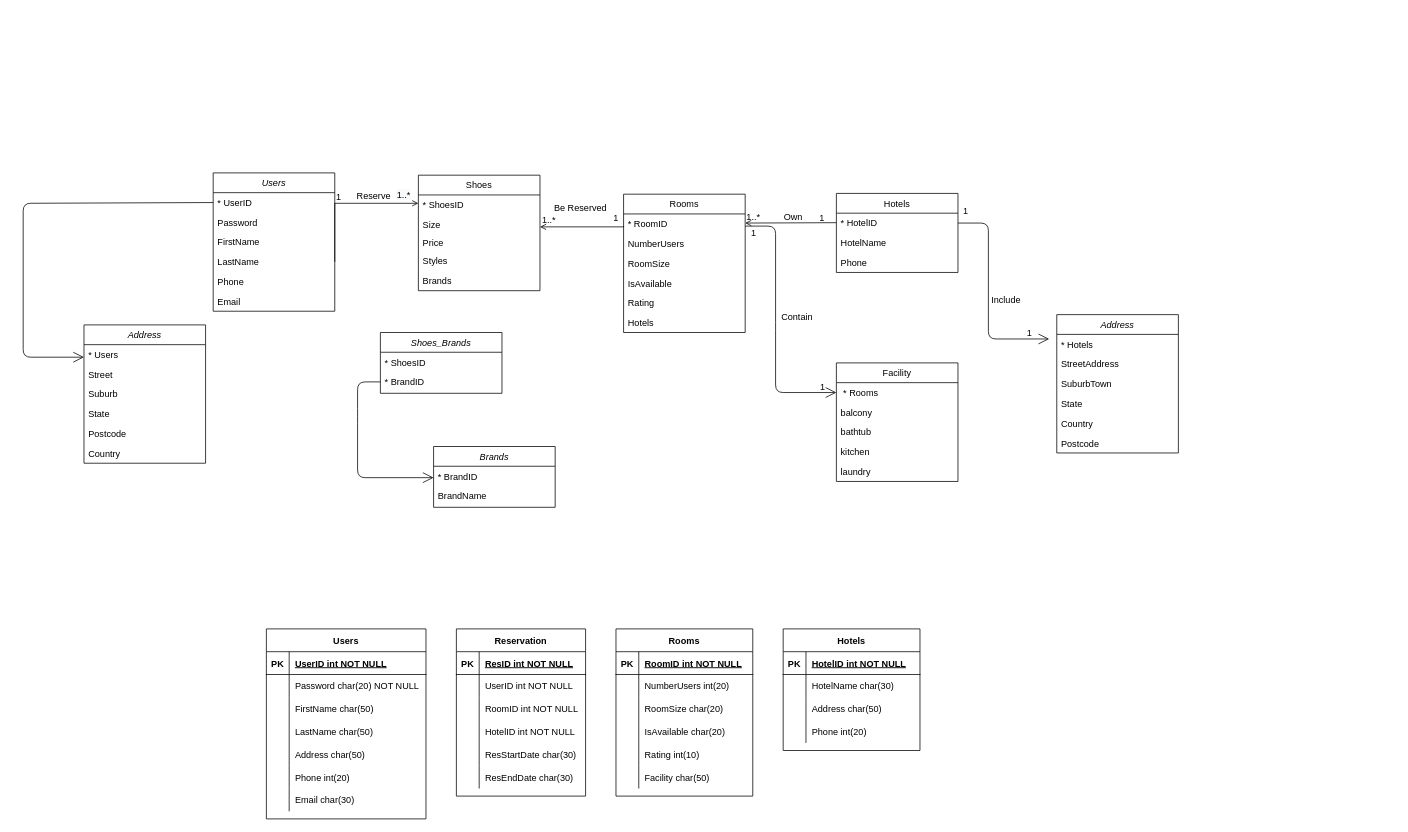
This is Web_final_exam.drawio from Ziqi222/name.c, a draw.io file, before an edit. Source tidied: cells renumbered, new cells numbered last; positions are measured from the earlier drawing's top-left corner, leaving out a move shared by most shapes. Both pictures are drawn from the tidied source at 76%, with x=0, y=0 at pixel (23, 142).
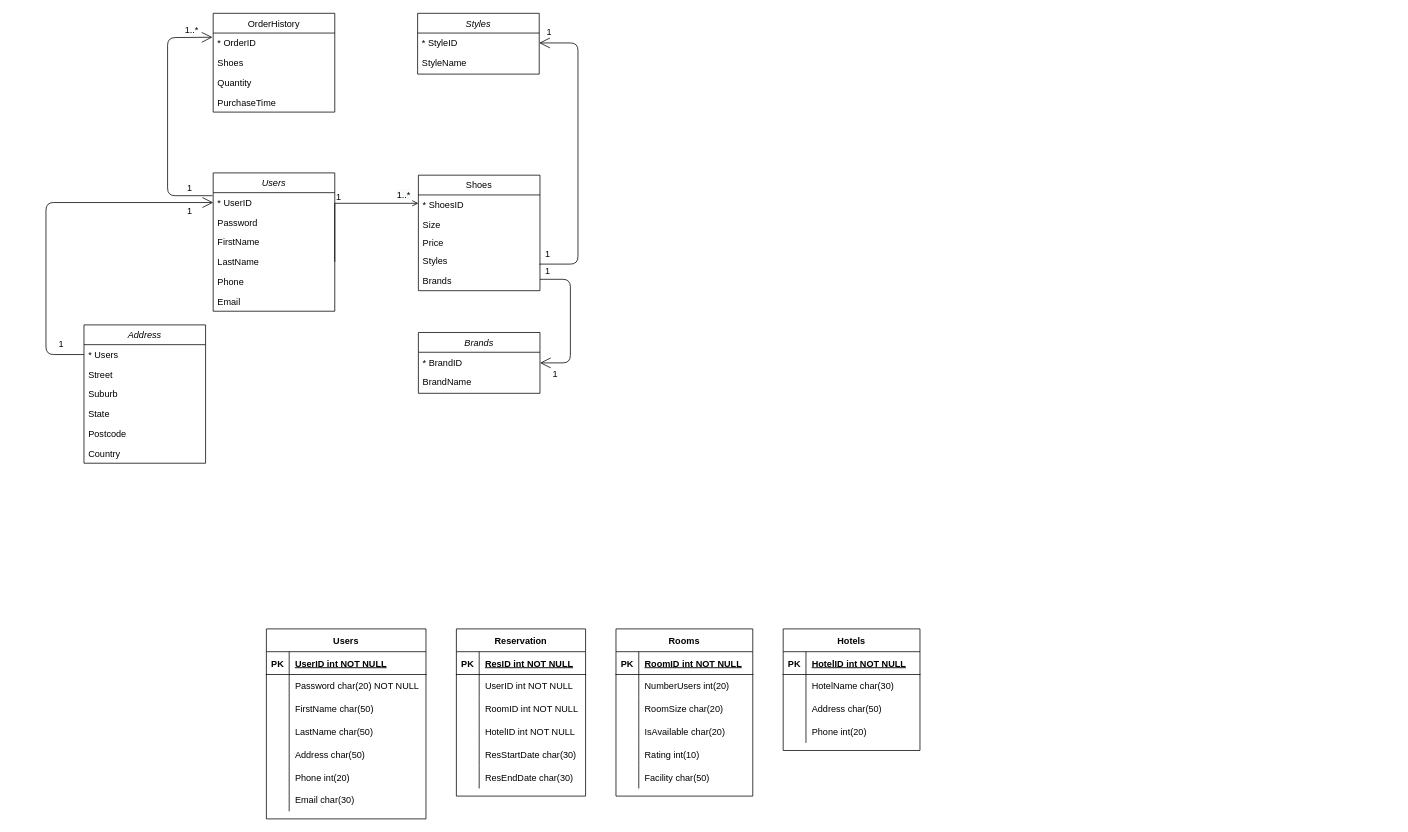
Above is the later version.

Unchanged cells that the change refers to:
```xml
<mxCell id="3" value="* UserID" style="text;align=left;verticalAlign=top;spacingLeft=4;spacingRight=4;overflow=hidden;points=[[0,0.5],[1,0.5]];portConstraint=eastwest;" parent="2" vertex="1">
  <mxGeometry y="26" width="160" height="26" as="geometry" />
</mxCell>
<mxCell id="31" style="endArrow=open;shadow=0;strokeWidth=1;rounded=0;endFill=1;edgeStyle=elbowEdgeStyle;elbow=vertical;exitX=1;exitY=0.5;exitDx=0;exitDy=0;" parent="1" edge="1" source="6">
  <mxGeometry x="0.5" y="41" relative="1" as="geometry">
    <mxPoint x="520" y="80" as="targetPoint" />
    <Array as="points">
      <mxPoint x="470" y="80" />
      <mxPoint x="470" y="90" />
      <mxPoint x="430" y="130" />
    </Array>
    <mxPoint x="-40" y="32" as="offset" />
  </mxGeometry>
</mxCell>
<mxCell id="122" value="* Users" style="text;align=left;verticalAlign=top;spacingLeft=4;spacingRight=4;overflow=hidden;points=[[0,0.5],[1,0.5]];portConstraint=eastwest;" parent="121" vertex="1">
  <mxGeometry y="26" width="160" height="26" as="geometry" />
</mxCell>
```

The edit, as a diff of the source:
```diff
@@
-    <mxCell id="10" value="Rooms" style="swimlane;fontStyle=0;align=center;verticalAlign=top;horizontal=1;startSize=26;rounded=0;shadow=0;strokeWidth=1;" parent="1" vertex="1">
-      <mxGeometry x="790" y="68" width="160" height="182" as="geometry" />
-    </mxCell>
-    <mxCell id="11" value="* RoomID" style="text;align=left;verticalAlign=top;spacingLeft=4;spacingRight=4;overflow=hidden;" parent="10" vertex="1">
-      <mxGeometry y="26" width="160" height="26" as="geometry" />
-    </mxCell>
-    <mxCell id="12" value="NumberUsers" style="text;align=left;verticalAlign=top;spacingLeft=4;spacingRight=4;overflow=hidden;rounded=0;shadow=0;html=0;" parent="10" vertex="1">
-      <mxGeometry y="52" width="160" height="26" as="geometry" />
-    </mxCell>
-    <mxCell id="13" value="RoomSize" style="text;align=left;verticalAlign=top;spacingLeft=4;spacingRight=4;overflow=hidden;rounded=0;shadow=0;html=0;" parent="10" vertex="1">
-      <mxGeometry y="78" width="160" height="26" as="geometry" />
-    </mxCell>
-    <mxCell id="14" value="IsAvailable" style="text;align=left;verticalAlign=top;spacingLeft=4;spacingRight=4;overflow=hidden;rounded=0;shadow=0;html=0;" parent="10" vertex="1">
-      <mxGeometry y="104" width="160" height="26" as="geometry" />
-    </mxCell>
-    <mxCell id="15" value="Rating" style="text;align=left;verticalAlign=top;spacingLeft=4;spacingRight=4;overflow=hidden;rounded=0;shadow=0;html=0;" parent="10" vertex="1">
-      <mxGeometry y="130" width="160" height="26" as="geometry" />
-    </mxCell>
-    <mxCell id="16" value="Hotels" style="text;align=left;verticalAlign=top;spacingLeft=4;spacingRight=4;overflow=hidden;" parent="10" vertex="1">
-      <mxGeometry y="156" width="160" height="26" as="geometry" />
-    </mxCell>
-    <mxCell id="17" value="Hotels" style="swimlane;fontStyle=0;align=center;verticalAlign=top;horizontal=1;startSize=26;rounded=0;shadow=0;strokeWidth=1;" parent="1" vertex="1">
-      <mxGeometry x="1070" y="67" width="160" height="104" as="geometry" />
-    </mxCell>
-    <mxCell id="18" value="* HotelID" style="text;align=left;verticalAlign=top;spacingLeft=4;spacingRight=4;overflow=hidden;points=[[0,0.5],[1,0.5]];portConstraint=eastwest;" parent="17" vertex="1">
-      <mxGeometry y="26" width="160" height="26" as="geometry" />
-    </mxCell>
-    <mxCell id="19" value="HotelName" style="text;align=left;verticalAlign=top;spacingLeft=4;spacingRight=4;overflow=hidden;rounded=0;shadow=0;html=0;" parent="17" vertex="1">
-      <mxGeometry y="52" width="160" height="26" as="geometry" />
-    </mxCell>
-    <mxCell id="20" value="Phone" style="text;align=left;verticalAlign=top;spacingLeft=4;spacingRight=4;overflow=hidden;rounded=0;shadow=0;html=0;" parent="17" vertex="1">
-      <mxGeometry y="78" width="160" height="26" as="geometry" />
-    </mxCell>
-    <mxCell id="21" style="endArrow=open;shadow=0;strokeWidth=1;rounded=0;endFill=1;edgeStyle=elbowEdgeStyle;elbow=vertical;" parent="1" edge="1">
-      <mxGeometry x="0.5" y="41" relative="1" as="geometry">
-        <mxPoint x="1070" y="105.5" as="sourcePoint" />
-        <mxPoint x="950" y="106.5" as="targetPoint" />
-        <mxPoint x="-40" y="32" as="offset" />
-      </mxGeometry>
-    </mxCell>
-    <mxCell id="22" value="1..*" style="align=left;verticalAlign=bottom;labelBackgroundColor=none;fontSize=12;" parent="1" vertex="1">
-      <mxGeometry x="950" y="106" as="geometry" />
-    </mxCell>
-    <mxCell id="23" value="1" style="align=left;verticalAlign=bottom;labelBackgroundColor=none;fontSize=12;" parent="1" vertex="1">
-      <mxGeometry x="1050" y="130" as="geometry">
-        <mxPoint x="-4" y="-22" as="offset" />
-      </mxGeometry>
-    </mxCell>
-    <mxCell id="24" value="Own" style="text;html=1;align=center;verticalAlign=middle;labelBackgroundColor=none;rounded=0;shadow=0;strokeWidth=1;fontSize=12;" parent="1" vertex="1">
-      <mxGeometry x="1000" y="100" as="geometry">
-        <mxPoint x="12" y="-3" as="offset" />
-      </mxGeometry>
-    </mxCell>
@@
-    <mxCell id="33" value="Reserve" style="text;html=1;align=center;verticalAlign=middle;labelBackgroundColor=none;rounded=0;shadow=0;strokeWidth=1;fontSize=12;" parent="31" vertex="1">
-      <mxGeometry x="0.5" y="49" relative="1" as="geometry">
-        <mxPoint x="-13" y="39" as="offset" />
-      </mxGeometry>
-    </mxCell>
-    <mxCell id="34" style="endArrow=open;shadow=0;strokeWidth=1;rounded=0;endFill=1;edgeStyle=elbowEdgeStyle;elbow=vertical;" parent="1" edge="1">
-      <mxGeometry x="0.5" y="41" relative="1" as="geometry">
-        <mxPoint x="790" y="110" as="sourcePoint" />
-        <mxPoint x="680" y="111" as="targetPoint" />
-        <mxPoint x="-40" y="32" as="offset" />
-      </mxGeometry>
-    </mxCell>
-    <mxCell id="35" value="1" style="align=left;verticalAlign=bottom;labelBackgroundColor=none;fontSize=12;" parent="1" vertex="1">
-      <mxGeometry x="430" y="160" as="geometry">
-        <mxPoint x="345" y="-52" as="offset" />
-      </mxGeometry>
-    </mxCell>
-    <mxCell id="36" value="1..*" style="align=left;verticalAlign=bottom;labelBackgroundColor=none;fontSize=12;" parent="1" vertex="1">
-      <mxGeometry x="690" y="240" width="160" as="geometry">
-        <mxPoint x="-9" y="-129" as="offset" />
-      </mxGeometry>
-    </mxCell>
-    <mxCell id="37" value="Be Reserved" style="text;html=1;align=center;verticalAlign=middle;labelBackgroundColor=none;rounded=0;shadow=0;strokeWidth=1;fontSize=12;" parent="1" vertex="1">
-      <mxGeometry x="750" as="geometry">
-        <mxPoint x="-18" y="86" as="offset" />
-      </mxGeometry>
-    </mxCell>
@@
-    <mxCell id="111" value="Facility" style="swimlane;fontStyle=0;align=center;verticalAlign=top;horizontal=1;startSize=26;rounded=0;shadow=0;strokeWidth=1;" parent="1" vertex="1">
-      <mxGeometry x="1070" y="290" width="160" height="156" as="geometry" />
-    </mxCell>
-    <mxCell id="112" value=" * Rooms" style="text;align=left;verticalAlign=top;spacingLeft=4;spacingRight=4;overflow=hidden;points=[[0,0.5],[1,0.5]];portConstraint=eastwest;" parent="111" vertex="1">
-      <mxGeometry y="26" width="160" height="26" as="geometry" />
-    </mxCell>
-    <mxCell id="113" value="balcony" style="text;align=left;verticalAlign=top;spacingLeft=4;spacingRight=4;overflow=hidden;rounded=0;shadow=0;html=0;" parent="111" vertex="1">
-      <mxGeometry y="52" width="160" height="26" as="geometry" />
-    </mxCell>
-    <mxCell id="114" value="bathtub" style="text;align=left;verticalAlign=top;spacingLeft=4;spacingRight=4;overflow=hidden;rounded=0;shadow=0;html=0;" parent="111" vertex="1">
-      <mxGeometry y="78" width="160" height="26" as="geometry" />
-    </mxCell>
-    <mxCell id="115" value="kitchen" style="text;align=left;verticalAlign=top;spacingLeft=4;spacingRight=4;overflow=hidden;rounded=0;shadow=0;html=0;" parent="111" vertex="1">
-      <mxGeometry y="104" width="160" height="26" as="geometry" />
-    </mxCell>
-    <mxCell id="116" value="laundry" style="text;align=left;verticalAlign=top;spacingLeft=4;spacingRight=4;overflow=hidden;rounded=0;shadow=0;html=0;" parent="111" vertex="1">
-      <mxGeometry y="130" width="160" height="26" as="geometry" />
-    </mxCell>
-    <mxCell id="117" style="endArrow=open;endFill=1;endSize=12;html=1;entryX=0;entryY=0.5;entryDx=0;entryDy=0;" parent="1" edge="1" target="112">
-      <mxGeometry relative="1" as="geometry">
-        <mxPoint x="950" y="110" as="sourcePoint" />
-        <Array as="points">
-          <mxPoint x="990" y="110" />
-          <mxPoint x="990" y="237" />
-          <mxPoint x="990" y="329" />
-        </Array>
-      </mxGeometry>
-    </mxCell>
-    <mxCell id="118" value="Contain" style="text;html=1;align=center;verticalAlign=middle;labelBackgroundColor=none;rounded=0;shadow=0;strokeWidth=1;fontSize=12;" parent="1" vertex="1">
-      <mxGeometry x="1020" y="70" as="geometry">
-        <mxPoint x="-3" y="159" as="offset" />
-      </mxGeometry>
-    </mxCell>
-    <mxCell id="119" value="1" style="align=left;verticalAlign=bottom;labelBackgroundColor=none;fontSize=12;" parent="1" vertex="1">
-      <mxGeometry x="960" y="150" as="geometry">
-        <mxPoint x="-4" y="-22" as="offset" />
-      </mxGeometry>
-    </mxCell>
-    <mxCell id="120" value="1" style="align=left;verticalAlign=bottom;labelBackgroundColor=none;fontSize=12;" parent="1" vertex="1">
-      <mxGeometry x="1070" y="150" as="geometry">
-        <mxPoint x="-23" y="180" as="offset" />
-      </mxGeometry>
-    </mxCell>
@@
-    <mxCell id="128" style="endArrow=open;endFill=1;endSize=12;html=1;exitX=1;exitY=0.5;exitDx=0;exitDy=0;entryX=0;entryY=0.5;entryDx=0;entryDy=0;" parent="1" edge="1" source="18">
-      <mxGeometry relative="1" as="geometry">
-        <mxPoint x="1350" y="258.5" as="targetPoint" />
-        <Array as="points">
-          <mxPoint x="1270" y="106" />
-          <mxPoint x="1270" y="258.5" />
-        </Array>
-      </mxGeometry>
-    </mxCell>
-    <mxCell id="129" value="Include" style="text;html=1;align=center;verticalAlign=middle;labelBackgroundColor=none;rounded=0;shadow=0;strokeWidth=1;fontSize=12;" parent="1" vertex="1">
-      <mxGeometry x="1310" y="121.5" as="geometry">
-        <mxPoint x="-18" y="86" as="offset" />
-      </mxGeometry>
-    </mxCell>
-    <mxCell id="130" value="1" style="align=left;verticalAlign=bottom;labelBackgroundColor=none;fontSize=12;" parent="1" vertex="1">
-      <mxGeometry x="1720" y="80" as="geometry">
-        <mxPoint x="-485" y="19" as="offset" />
-      </mxGeometry>
-    </mxCell>
-    <mxCell id="131" value="1" style="align=left;verticalAlign=bottom;labelBackgroundColor=none;fontSize=12;" parent="1" vertex="1">
-      <mxGeometry x="1804" y="240" as="geometry">
-        <mxPoint x="-485" y="19" as="offset" />
-      </mxGeometry>
-    </mxCell>
@@
-    <mxCell id="133" value="Address" style="swimlane;fontStyle=2;align=center;verticalAlign=top;horizontal=1;startSize=26;rounded=0;shadow=0;strokeWidth=1;" parent="1" vertex="1">
-      <mxGeometry x="1360" y="226.5" width="160" height="182" as="geometry" />
-    </mxCell>
-    <mxCell id="134" value="* Hotels" style="text;align=left;verticalAlign=top;spacingLeft=4;spacingRight=4;overflow=hidden;" parent="133" vertex="1">
-      <mxGeometry y="26" width="160" height="26" as="geometry" />
-    </mxCell>
-    <mxCell id="135" value="StreetAddress" style="text;align=left;verticalAlign=top;spacingLeft=4;spacingRight=4;overflow=hidden;rounded=0;shadow=0;html=0;" parent="133" vertex="1">
-      <mxGeometry y="52" width="160" height="26" as="geometry" />
-    </mxCell>
-    <mxCell id="136" value="SuburbTown" style="text;align=left;verticalAlign=top;spacingLeft=4;spacingRight=4;overflow=hidden;rounded=0;shadow=0;html=0;" parent="133" vertex="1">
-      <mxGeometry y="78" width="160" height="26" as="geometry" />
-    </mxCell>
-    <mxCell id="137" value="State" style="text;align=left;verticalAlign=top;spacingLeft=4;spacingRight=4;overflow=hidden;rounded=0;shadow=0;html=0;" parent="133" vertex="1">
-      <mxGeometry y="104" width="160" height="26" as="geometry" />
-    </mxCell>
-    <mxCell id="138" value="Country" style="text;align=left;verticalAlign=top;spacingLeft=4;spacingRight=4;overflow=hidden;rounded=0;shadow=0;html=0;" parent="133" vertex="1">
-      <mxGeometry y="130" width="160" height="26" as="geometry" />
-    </mxCell>
-    <mxCell id="139" value="Postcode" style="text;align=left;verticalAlign=top;spacingLeft=4;spacingRight=4;overflow=hidden;rounded=0;shadow=0;html=0;" parent="133" vertex="1">
-      <mxGeometry y="156" width="160" height="26" as="geometry" />
-    </mxCell>
-    <mxCell id="140" style="endArrow=open;endFill=1;endSize=12;html=1;exitX=0;exitY=0.5;exitDx=0;exitDy=0;entryX=0;entryY=0.5;entryDx=0;entryDy=0;" parent="1" edge="1" source="3">
+    <mxCell id="140" style="endArrow=open;endFill=1;endSize=12;html=1;entryX=0;entryY=0.5;entryDx=0;entryDy=0;exitX=0;exitY=0.5;exitDx=0;exitDy=0;" parent="1" edge="1" source="122" target="3">
       <mxGeometry relative="1" as="geometry">
-        <mxPoint x="80" y="282.5" as="targetPoint" />
         <Array as="points">
-          <mxPoint y="80" />
-          <mxPoint y="282.5" />
+          <mxPoint x="30" y="279" />
+          <mxPoint x="30" y="79" />
         </Array>
       </mxGeometry>
     </mxCell>
-    <mxCell id="141" value="Shoes_Brands" style="swimlane;fontStyle=2;align=center;verticalAlign=top;horizontal=1;startSize=26;rounded=0;shadow=0;strokeWidth=1;" parent="1" vertex="1">
-      <mxGeometry x="470" y="250" width="160" height="80" as="geometry" />
-    </mxCell>
-    <mxCell id="142" value="* ShoesID" style="text;align=left;verticalAlign=top;spacingLeft=4;spacingRight=4;overflow=hidden;" parent="141" vertex="1">
-      <mxGeometry y="26" width="160" height="26" as="geometry" />
-    </mxCell>
-    <mxCell id="143" value="* BrandID" style="text;align=left;verticalAlign=top;spacingLeft=4;spacingRight=4;overflow=hidden;points=[[0,0.5],[1,0.5]];portConstraint=eastwest;rounded=0;shadow=0;html=0;" parent="141" vertex="1">
-      <mxGeometry y="52" width="160" height="26" as="geometry" />
-    </mxCell>
-    <mxCell id="144" style="align=left;verticalAlign=bottom;labelBackgroundColor=none;fontSize=12;" parent="141" vertex="1">
-      <mxGeometry y="78" width="160" as="geometry">
-        <mxPoint x="-557" y="-108" as="offset" />
-      </mxGeometry>
-    </mxCell>
     <mxCell id="145" value="Brands" style="swimlane;fontStyle=2;align=center;verticalAlign=top;horizontal=1;startSize=26;rounded=0;shadow=0;strokeWidth=1;" parent="1" vertex="1">
-      <mxGeometry x="540" y="400" width="160" height="80" as="geometry" />
+      <mxGeometry x="520" y="250" width="160" height="80" as="geometry" />
     </mxCell>
@@
-    <mxCell id="149" style="endArrow=open;endFill=1;endSize=12;html=1;entryX=0;entryY=0.5;entryDx=0;entryDy=0;exitX=0;exitY=0.5;exitDx=0;exitDy=0;" parent="1" edge="1" source="143">
-      <mxGeometry relative="1" as="geometry">
-        <mxPoint x="540" y="441" as="targetPoint" />
-        <Array as="points">
-          <mxPoint x="440" y="315" />
-          <mxPoint x="440" y="360" />
-          <mxPoint x="440" y="441" />
-        </Array>
-      </mxGeometry>
-    </mxCell>
+    <mxCell id="150" value="Styles" style="swimlane;fontStyle=2;align=center;verticalAlign=top;horizontal=1;startSize=26;rounded=0;shadow=0;strokeWidth=1;" parent="1" vertex="1">
+      <mxGeometry x="519" y="-170" width="160" height="80" as="geometry" />
+    </mxCell>
+    <mxCell id="151" value="* StyleID" style="text;align=left;verticalAlign=top;spacingLeft=4;spacingRight=4;overflow=hidden;points=[[0,0.5],[1,0.5]];portConstraint=eastwest;" parent="150" vertex="1">
+      <mxGeometry y="26" width="160" height="26" as="geometry" />
+    </mxCell>
+    <mxCell id="152" value="StyleName" style="text;align=left;verticalAlign=top;spacingLeft=4;spacingRight=4;overflow=hidden;rounded=0;shadow=0;html=0;" parent="150" vertex="1">
+      <mxGeometry y="52" width="160" height="26" as="geometry" />
+    </mxCell>
+    <mxCell id="144" style="align=left;verticalAlign=bottom;labelBackgroundColor=none;fontSize=12;" parent="150" vertex="1">
+      <mxGeometry y="78" width="160" as="geometry">
+        <mxPoint x="-557" y="-108" as="offset" />
+      </mxGeometry>
+    </mxCell>
+    <mxCell id="153" style="endArrow=open;endFill=1;endSize=12;html=1;entryX=1;entryY=0.5;entryDx=0;entryDy=0;" parent="1" edge="1" target="151">
+      <mxGeometry relative="1" as="geometry">
+        <mxPoint x="679" y="160" as="sourcePoint" />
+        <Array as="points">
+          <mxPoint x="730" y="160" />
+          <mxPoint x="730" y="-131" />
+        </Array>
+      </mxGeometry>
+    </mxCell>
+    <mxCell id="154" value="OrderHistory" style="swimlane;fontStyle=0;align=center;verticalAlign=top;horizontal=1;startSize=26;rounded=0;shadow=0;strokeWidth=1;" parent="1" vertex="1">
+      <mxGeometry x="250" y="-170" width="160" height="130" as="geometry" />
+    </mxCell>
+    <mxCell id="155" value="* OrderID" style="text;align=left;verticalAlign=top;spacingLeft=4;spacingRight=4;overflow=hidden;points=[[0,0.5],[1,0.5]];portConstraint=eastwest;" parent="154" vertex="1">
+      <mxGeometry y="26" width="160" height="26" as="geometry" />
+    </mxCell>
+    <mxCell id="156" value="Shoes" style="text;align=left;verticalAlign=top;spacingLeft=4;spacingRight=4;overflow=hidden;rounded=0;shadow=0;html=0;" parent="154" vertex="1">
+      <mxGeometry y="52" width="160" height="26" as="geometry" />
+    </mxCell>
+    <mxCell id="157" value="Quantity" style="text;align=left;verticalAlign=top;spacingLeft=4;spacingRight=4;overflow=hidden;rounded=0;shadow=0;html=0;" parent="154" vertex="1">
+      <mxGeometry y="78" width="160" height="26" as="geometry" />
+    </mxCell>
+    <mxCell id="158" value="PurchaseTime" style="text;align=left;verticalAlign=top;spacingLeft=4;spacingRight=4;overflow=hidden;rounded=0;shadow=0;html=0;" parent="154" vertex="1">
+      <mxGeometry y="104" width="160" height="16" as="geometry" />
+    </mxCell>
+    <mxCell id="159" style="endArrow=open;endFill=1;endSize=12;html=1;entryX=-0.006;entryY=0.212;entryDx=0;entryDy=0;entryPerimeter=0;" parent="1" edge="1" target="155">
+      <mxGeometry relative="1" as="geometry">
+        <mxPoint x="249" y="70" as="sourcePoint" />
+        <Array as="points">
+          <mxPoint x="190" y="70" />
+          <mxPoint x="190" y="-138" />
+        </Array>
+      </mxGeometry>
+    </mxCell>
+    <mxCell id="160" value="1" style="align=left;verticalAlign=bottom;labelBackgroundColor=none;fontSize=12;" parent="1" vertex="1">
+      <mxGeometry x="400" y="90" as="geometry">
+        <mxPoint x="-186" y="8" as="offset" />
+      </mxGeometry>
+    </mxCell>
+    <mxCell id="161" value="1" style="align=left;verticalAlign=bottom;labelBackgroundColor=none;fontSize=12;" parent="1" vertex="1">
+      <mxGeometry x="430" y="90" as="geometry">
+        <mxPoint x="-385" y="184" as="offset" />
+      </mxGeometry>
+    </mxCell>
+    <mxCell id="162" value="1" style="align=left;verticalAlign=bottom;labelBackgroundColor=none;fontSize=12;" parent="1" vertex="1">
+      <mxGeometry x="630" y="85" as="geometry">
+        <mxPoint x="57" y="-222" as="offset" />
+      </mxGeometry>
+    </mxCell>
+    <mxCell id="163" style="align=left;verticalAlign=bottom;labelBackgroundColor=none;fontSize=12;" parent="1" vertex="1">
+      <mxGeometry x="450" y="120" as="geometry">
+        <mxPoint x="46" y="-112" as="offset" />
+      </mxGeometry>
+    </mxCell>
+    <mxCell id="164" style="endArrow=open;endFill=1;endSize=12;html=1;" parent="1" edge="1">
+      <mxGeometry relative="1" as="geometry">
+        <mxPoint x="680" y="180" as="sourcePoint" />
+        <mxPoint x="680" y="290" as="targetPoint" />
+        <Array as="points">
+          <mxPoint x="720" y="180" />
+          <mxPoint x="720" y="290" />
+        </Array>
+      </mxGeometry>
+    </mxCell>
+    <mxCell id="165" value="1" style="align=left;verticalAlign=bottom;labelBackgroundColor=none;fontSize=12;" parent="1" vertex="1">
+      <mxGeometry x="420" y="90" as="geometry">
+        <mxPoint x="265" y="87" as="offset" />
+      </mxGeometry>
+    </mxCell>
+    <mxCell id="166" value="1" style="align=left;verticalAlign=bottom;labelBackgroundColor=none;fontSize=12;" parent="1" vertex="1">
+      <mxGeometry x="430" y="226.5" as="geometry">
+        <mxPoint x="265" y="87" as="offset" />
+      </mxGeometry>
+    </mxCell>
+    <mxCell id="167" value="1..*" style="align=left;verticalAlign=bottom;labelBackgroundColor=none;fontSize=12;" parent="1" vertex="1">
+      <mxGeometry x="220" y="-10" width="160" as="geometry">
+        <mxPoint x="-9" y="-129" as="offset" />
+      </mxGeometry>
+    </mxCell>
+    <mxCell id="168" value="1" style="align=left;verticalAlign=bottom;labelBackgroundColor=none;fontSize=12;" parent="1" vertex="1">
+      <mxGeometry x="400" y="60" as="geometry">
+        <mxPoint x="-186" y="8" as="offset" />
+      </mxGeometry>
+    </mxCell>
+    <mxCell id="169" value="1" style="align=left;verticalAlign=bottom;labelBackgroundColor=none;fontSize=12;" parent="1" vertex="1">
+      <mxGeometry x="610" y="69" width="160" as="geometry">
+        <mxPoint x="75" y="86" as="offset" />
+      </mxGeometry>
+    </mxCell>
```
